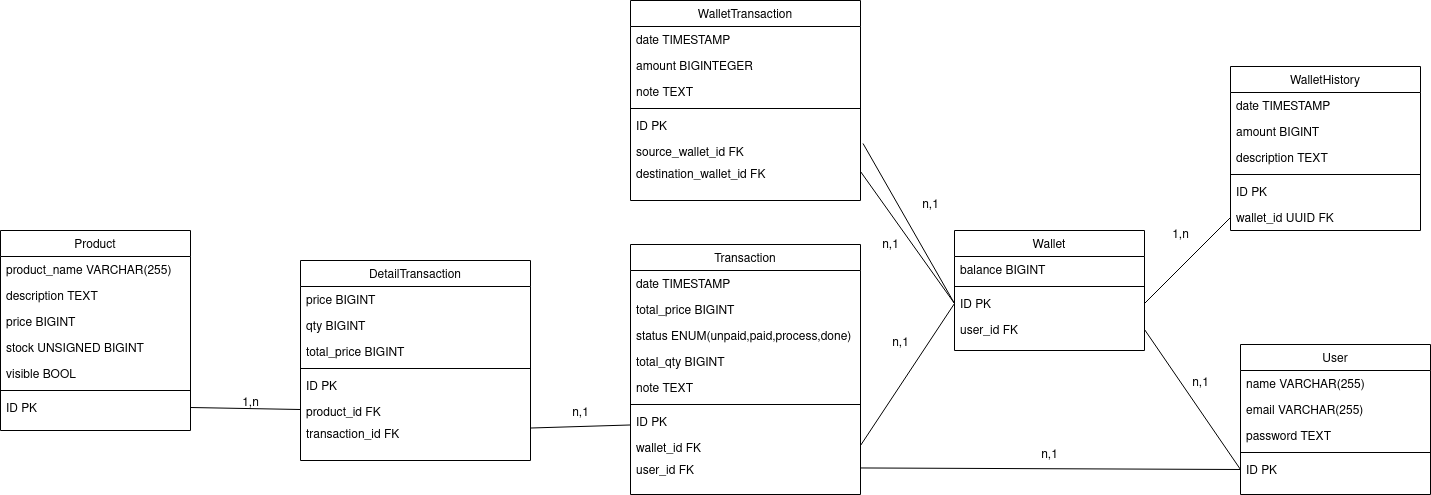
Earlier version of the draw.io export schema.png (salamanderman234/vocagame-technical-test). Source tidied: cells renumbered, new cells last; positions are measured from the earlier drawing's top-left corner, leaving out a move shared by most shapes.
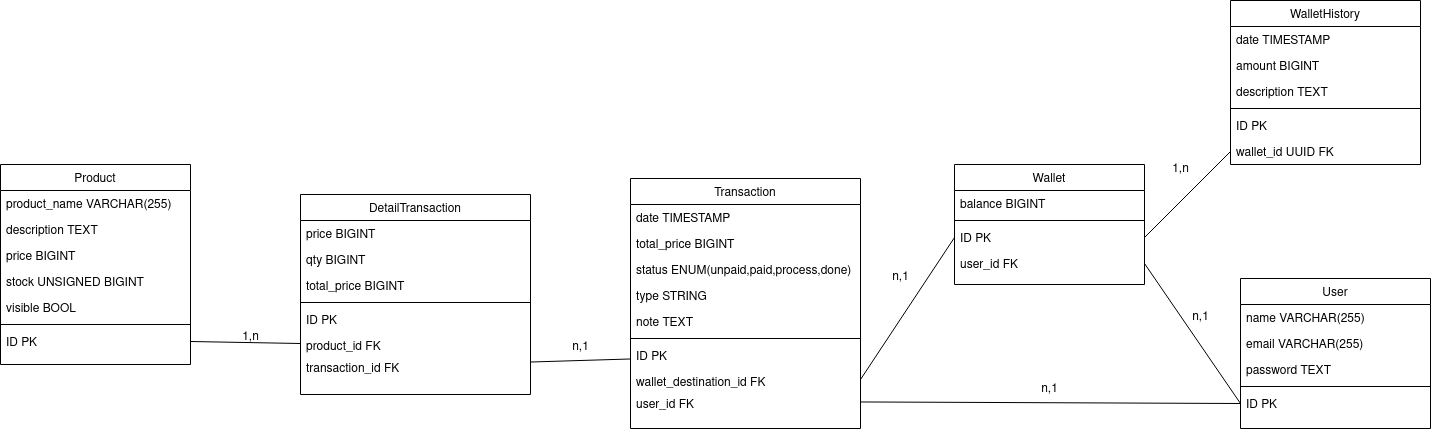
Above is the later version.

Change to the diagram source:
```diff
@@ -98,7 +98,7 @@
     <mxCell id="33" value="status ENUM(unpaid,paid,process,done)" style="text;align=left;verticalAlign=top;spacingLeft=4;spacingRight=4;overflow=hidden;rounded=0;shadow=0;html=0;" parent="30" vertex="1">
       <mxGeometry y="78" width="230" height="26" as="geometry" />
     </mxCell>
-    <mxCell id="34" value="total_qty BIGINT" style="text;align=left;verticalAlign=top;spacingLeft=4;spacingRight=4;overflow=hidden;rounded=0;shadow=0;html=0;" parent="30" vertex="1">
+    <mxCell id="34" value="type STRING" style="text;align=left;verticalAlign=top;spacingLeft=4;spacingRight=4;overflow=hidden;rounded=0;shadow=0;html=0;" parent="30" vertex="1">
       <mxGeometry y="104" width="230" height="26" as="geometry" />
     </mxCell>
     <mxCell id="35" value="note TEXT" style="text;align=left;verticalAlign=top;spacingLeft=4;spacingRight=4;overflow=hidden;rounded=0;shadow=0;html=0;" parent="30" vertex="1">
@@ -110,7 +110,7 @@
     <mxCell id="37" value="ID PK" style="text;align=left;verticalAlign=top;spacingLeft=4;spacingRight=4;overflow=hidden;points=[[0,0.5],[1,0.5]];portConstraint=eastwest;rounded=0;shadow=0;html=0;" parent="30" vertex="1">
       <mxGeometry y="164" width="230" height="26" as="geometry" />
     </mxCell>
-    <mxCell id="38" value="wallet_id FK" style="text;align=left;verticalAlign=top;spacingLeft=4;spacingRight=4;overflow=hidden;points=[[0,0.5],[1,0.5]];portConstraint=eastwest;rounded=0;shadow=0;html=0;" parent="30" vertex="1">
+    <mxCell id="38" value="wallet_destination_id FK" style="text;align=left;verticalAlign=top;spacingLeft=4;spacingRight=4;overflow=hidden;points=[[0,0.5],[1,0.5]];portConstraint=eastwest;rounded=0;shadow=0;html=0;" parent="30" vertex="1">
       <mxGeometry y="190" width="230" height="22" as="geometry" />
     </mxCell>
     <mxCell id="39" value="user_id FK" style="text;align=left;verticalAlign=top;spacingLeft=4;spacingRight=4;overflow=hidden;points=[[0,0.5],[1,0.5]];portConstraint=eastwest;rounded=0;shadow=0;html=0;" parent="30" vertex="1">
@@ -152,36 +152,6 @@
     <mxCell id="51" style="rounded=0;jettySize=auto;html=1;endArrow=none;endFill=0;exitX=0;exitY=0.5;exitDx=0;exitDy=0;entryX=1;entryY=0.5;entryDx=0;entryDy=0;" parent="1" edge="1" source="48" target="9">
       <mxGeometry relative="1" as="geometry" />
     </mxCell>
-    <mxCell id="52" value="WalletTransaction" style="swimlane;fontStyle=0;align=center;verticalAlign=top;horizontal=1;startSize=26;rounded=0;shadow=0;strokeWidth=1;" parent="1" vertex="1">
-      <mxGeometry x="630" width="230" height="200" as="geometry" />
-    </mxCell>
-    <mxCell id="53" value="date TIMESTAMP" style="text;align=left;verticalAlign=top;spacingLeft=4;spacingRight=4;overflow=hidden;" parent="52" vertex="1">
-      <mxGeometry y="26" width="230" height="26" as="geometry" />
-    </mxCell>
-    <mxCell id="54" value="amount BIGINTEGER" style="text;align=left;verticalAlign=top;spacingLeft=4;spacingRight=4;overflow=hidden;rounded=0;shadow=0;html=0;" parent="52" vertex="1">
-      <mxGeometry y="52" width="230" height="26" as="geometry" />
-    </mxCell>
-    <mxCell id="55" value="note TEXT" style="text;align=left;verticalAlign=top;spacingLeft=4;spacingRight=4;overflow=hidden;rounded=0;shadow=0;html=0;" parent="52" vertex="1">
-      <mxGeometry y="78" width="230" height="26" as="geometry" />
-    </mxCell>
-    <mxCell id="56" style="line;html=1;strokeWidth=1;align=left;verticalAlign=middle;spacingTop=-1;spacingLeft=3;spacingRight=3;labelPosition=right;" parent="52" vertex="1">
-      <mxGeometry y="104" width="230" height="8" as="geometry" />
-    </mxCell>
-    <mxCell id="57" value="ID PK" style="text;align=left;verticalAlign=top;spacingLeft=4;spacingRight=4;overflow=hidden;rounded=0;shadow=0;html=0;" parent="52" vertex="1">
-      <mxGeometry y="112" width="230" height="26" as="geometry" />
-    </mxCell>
-    <mxCell id="58" value="source_wallet_id FK" style="text;align=left;verticalAlign=top;spacingLeft=4;spacingRight=4;overflow=hidden;points=[[0,0.5],[1,0.5]];portConstraint=eastwest;rounded=0;shadow=0;html=0;" parent="52" vertex="1">
-      <mxGeometry y="138" width="230" height="22" as="geometry" />
-    </mxCell>
-    <mxCell id="59" value="destination_wallet_id FK" style="text;align=left;verticalAlign=top;spacingLeft=4;spacingRight=4;overflow=hidden;points=[[0,0.5],[1,0.5]];portConstraint=eastwest;rounded=0;shadow=0;html=0;" parent="52" vertex="1">
-      <mxGeometry y="160" width="230" height="22" as="geometry" />
-    </mxCell>
-    <mxCell id="60" style="rounded=0;jettySize=auto;html=1;endArrow=none;endFill=0;exitX=1.011;exitY=0.227;exitDx=0;exitDy=0;exitPerimeter=0;entryX=0;entryY=0.5;entryDx=0;entryDy=0;" parent="1" edge="1" source="58" target="19">
-      <mxGeometry relative="1" as="geometry" />
-    </mxCell>
-    <mxCell id="61" style="rounded=0;jettySize=auto;html=1;entryX=0;entryY=0.5;entryDx=0;entryDy=0;endArrow=none;endFill=0;exitX=1;exitY=0.5;exitDx=0;exitDy=0;" parent="1" edge="1" source="59" target="19">
-      <mxGeometry relative="1" as="geometry" />
-    </mxCell>
     <mxCell id="62" value="1,n" style="text;html=1;align=center;verticalAlign=middle;strokeColor=none;fillColor=none;" parent="1" vertex="1">
       <mxGeometry x="230" y="388" width="40" height="30" as="geometry" />
     </mxCell>
@@ -194,12 +164,6 @@
     <mxCell id="65" value="n,1" style="text;html=1;align=center;verticalAlign=middle;strokeColor=none;fillColor=none;" parent="1" vertex="1">
       <mxGeometry x="880" y="328" width="40" height="30" as="geometry" />
     </mxCell>
-    <mxCell id="66" value="n,1" style="text;html=1;align=center;verticalAlign=middle;strokeColor=none;fillColor=none;" parent="1" vertex="1">
-      <mxGeometry x="910" y="190" width="40" height="30" as="geometry" />
-    </mxCell>
-    <mxCell id="67" value="n,1" style="text;html=1;align=center;verticalAlign=middle;strokeColor=none;fillColor=none;" parent="1" vertex="1">
-      <mxGeometry x="870" y="230" width="40" height="30" as="geometry" />
-    </mxCell>
     <mxCell id="68" value="n,1" style="text;html=1;align=center;verticalAlign=middle;strokeColor=none;fillColor=none;" parent="1" vertex="1">
       <mxGeometry x="1180" y="368" width="40" height="30" as="geometry" />
     </mxCell>
```
